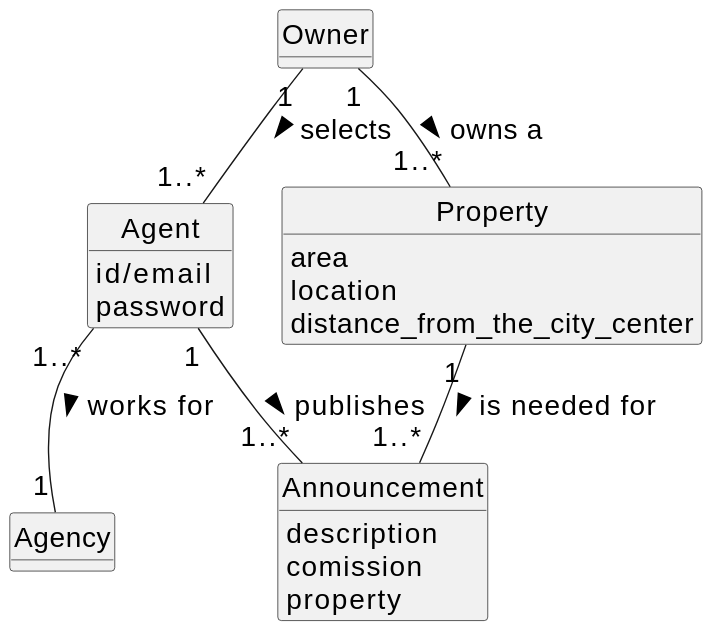
Before: docs/Sprint-D/US002/02.analysis/svg/us002-domain-model.svg, a diagram exported from PlantUML (Rodrick0209/ISEP-LAPR2-22-23). The source it was exported from:
```plantuml
@startuml
skinparamlocked defaultFontSize 20
skinparam monochrome true
skinparam packageStyle rectangle
skinparam shadowing false


skinparam classAttributeIconSize 0

hide circle
hide methods



class Agent {
id/email
password
}

class Owner {
}

class Property {
   area
   location
distance_from_the_city_center
}

class Announcement {
description
comission
property
  }

Owner "1" -- "1..*" Agent : selects >
Owner "1" -- "1..*" Property : owns a >
Agent "1" -- "1..*" Announcement : publishes >
Agent "1..*" -- "1" Agency : works for >
Property "1"-- "1..*"Announcement: is needed for  >
@enduml
```
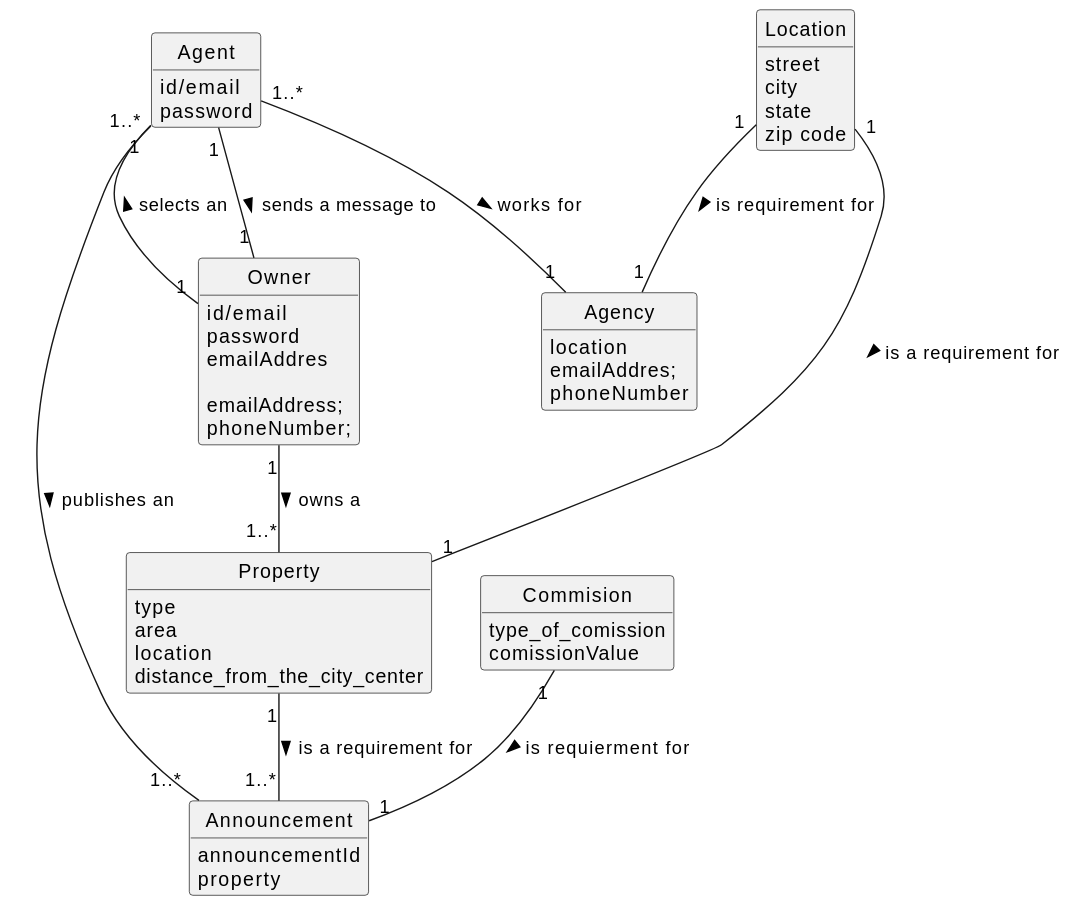
After the change.

What changed in the source:
```diff
@@ -1,5 +1,4 @@
 @startuml
-skinparamlocked defaultFontSize 20
 skinparam monochrome true
 skinparam packageStyle rectangle
 skinparam shadowing false
@@ -10,31 +9,55 @@
 hide circle
 hide methods
 
-
-
+class Agency{
+    location
+    emailAddres;
+    phoneNumber
+}
 class Agent {
 id/email
 password
 }
 
+class Location{
+street
+city
+state
+zip code
+}
+
 class Owner {
+id/email
+password
+emailAddres
+
+emailAddress;
+phoneNumber;
 }
 
 class Property {
+   type
    area
    location
-distance_from_the_city_center
+    distance_from_the_city_center
 }
 
 class Announcement {
-description
-comission
-property
+announcementId
+     property
   }
+ class Commision {
+     type_of_comission
+     comissionValue
+     }
 
-Owner "1" -- "1..*" Agent : selects >
+Owner "1" -- "1..*" Agent : selects an >
 Owner "1" -- "1..*" Property : owns a >
-Agent "1" -- "1..*" Announcement : publishes >
+Agent "1" -- "1..*" Announcement : publishes an >
 Agent "1..*" -- "1" Agency : works for >
-Property "1"-- "1..*"Announcement: is needed for  >
+Property "1"-- "1..*"Announcement: is a requirement for  >
+Location "1"--"1" Property : is a requirement for >
+Location "1"--"1" Agency : is requirement for >
+Commision "1"--"1" Announcement : is requierment  for >
+Agent "1"--"1" Owner : sends a message to >
 @enduml
```
